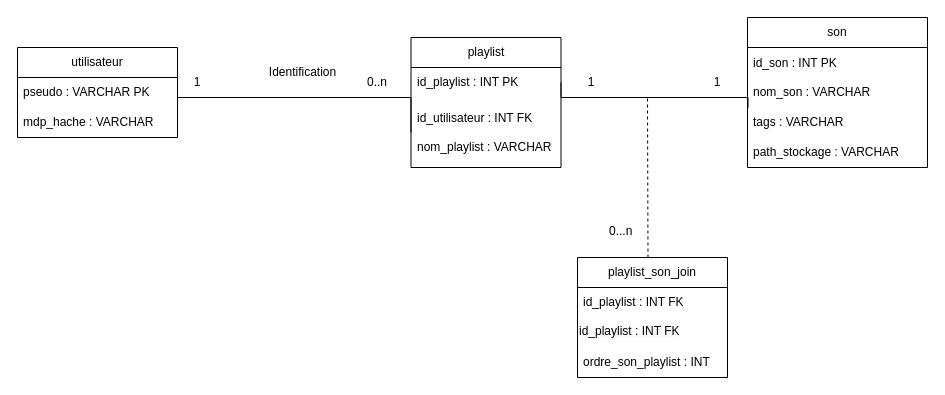
Before: doc/modelisation/DiagrammeBDD_final.drawio.xml in PepitoTSO/Projet-INFO-ENSAI-2A-Gr14, a draw.io diagram. Source tidied: cells renumbered, new cells numbered last; positions are measured from the earlier drawing's top-left corner, leaving out a move shared by most shapes. Both pictures are drawn from the tidied source at 100%, with x=0, y=0 at pixel (17, 17).
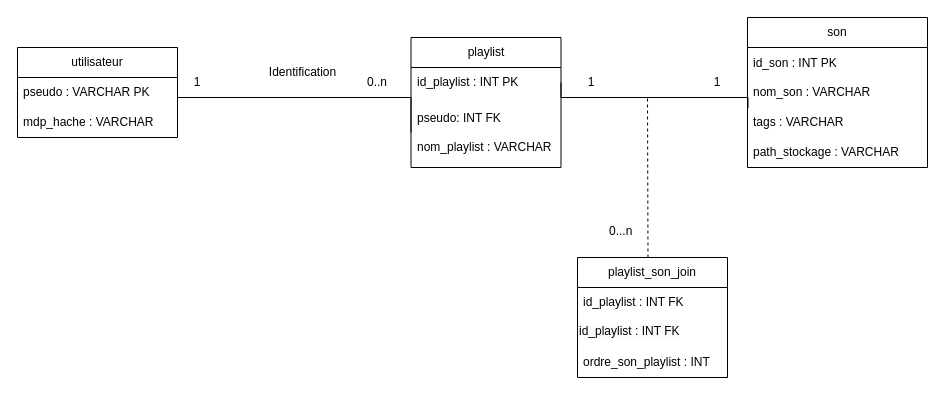
After the change.

The change refers to these unchanged cells:
```xml
<mxCell id="5" value="playlist" style="swimlane;fontStyle=0;horizontal=1;startSize=30;whiteSpace=wrap;html=1;" parent="1" vertex="1">
  <mxGeometry x="393.5" y="20" width="150" height="130" as="geometry" />
</mxCell>
```

Change to the diagram source:
```diff
@@
-    <mxCell id="7" value="id_utilisateur : INT FK&lt;br&gt;&lt;br&gt;nom_playlist : VARCHAR" style="text;strokeColor=none;fillColor=none;align=left;verticalAlign=middle;spacingLeft=4;spacingRight=4;overflow=hidden;points=[[0,0.5],[1,0.5]];portConstraint=eastwest;whiteSpace=wrap;html=1;" parent="5" vertex="1">
+    <mxCell id="7" value="pseudo: INT FK&lt;br&gt;&lt;br&gt;nom_playlist : VARCHAR" style="text;strokeColor=none;fillColor=none;align=left;verticalAlign=middle;spacingLeft=4;spacingRight=4;overflow=hidden;points=[[0,0.5],[1,0.5]];portConstraint=eastwest;whiteSpace=wrap;html=1;" parent="5" vertex="1">
       <mxGeometry y="60" width="150" height="70" as="geometry" />
     </mxCell>
```
